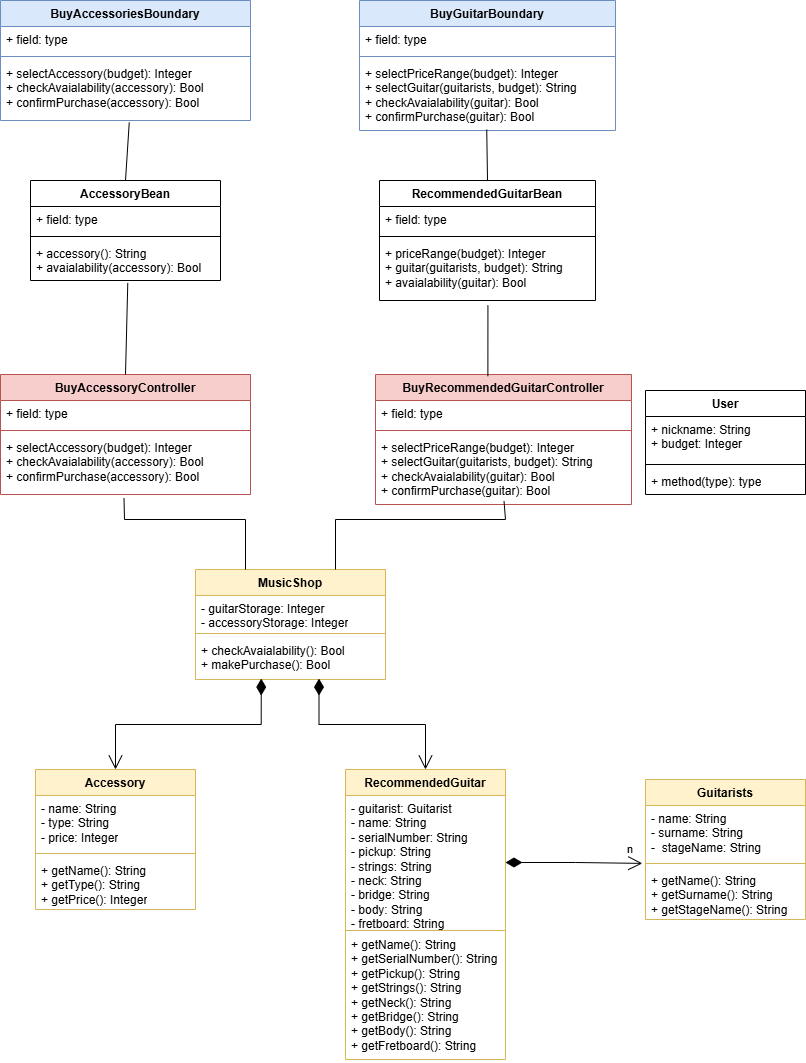
Above: diagrams/BCEM.drawio.png in TizianoLilli/ISPW-Project (draw.io), before the change. Source tidied: cells renumbered, new cells last; positions are measured from the earlier drawing's top-left corner, leaving out a move shared by most shapes.
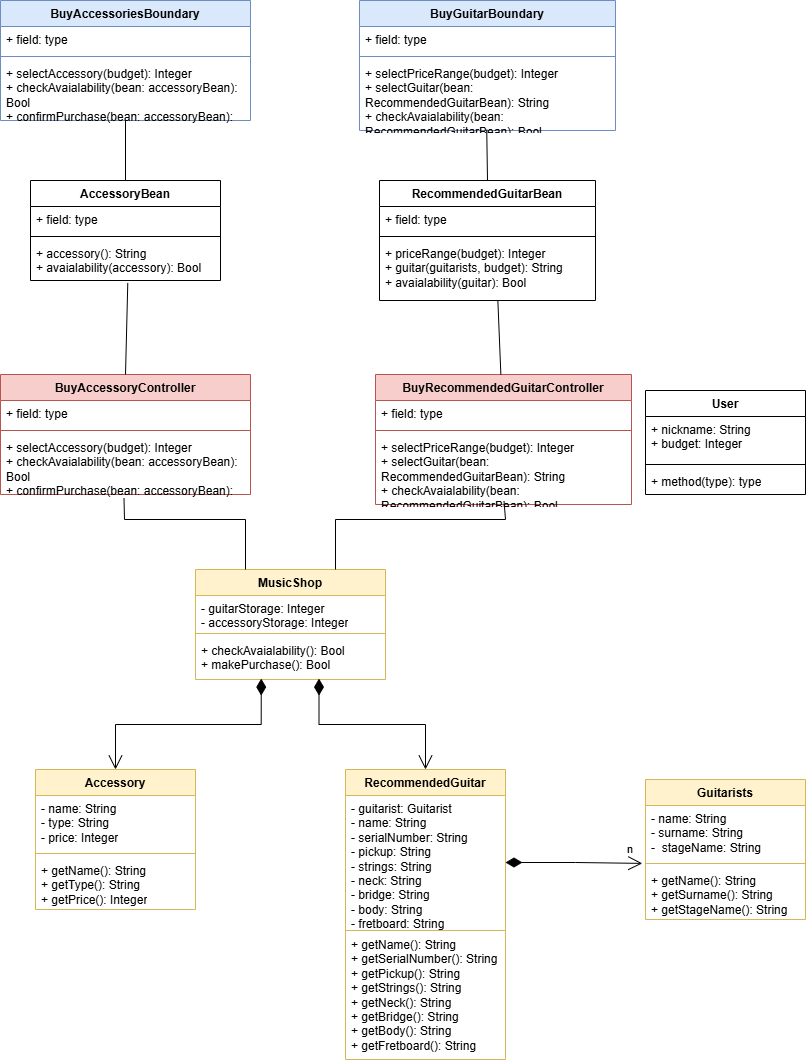
The same file after the commit.

What changed in the source:
```diff
@@ -47,7 +47,7 @@
     <mxCell id="16" style="line;strokeWidth=1;fillColor=none;align=left;verticalAlign=middle;spacingTop=-1;spacingLeft=3;spacingRight=3;labelPosition=right;strokeColor=inherit;" parent="14" vertex="1">
       <mxGeometry y="52" width="256" height="8" as="geometry" />
     </mxCell>
-    <mxCell id="17" value="+ selectPriceRange(budget): Integer&lt;div&gt;+ selectGuitar(guitarists, budget): String&lt;/div&gt;&lt;div&gt;+ checkAvaialability(guitar): Bool&lt;/div&gt;&lt;div&gt;+ confirmPurchase(guitar): Bool&lt;/div&gt;" style="text;strokeColor=none;fillColor=none;align=left;verticalAlign=top;spacingLeft=4;spacingRight=4;overflow=hidden;points=[[0,0.5],[1,0.5]];portConstraint=eastwest;whiteSpace=wrap;html=1;" parent="14" vertex="1">
+    <mxCell id="17" value="+ selectPriceRange(budget): Integer&lt;div&gt;+ selectGuitar(&lt;span style=&quot;background-color: initial;&quot;&gt;bean: RecommendedGuitarBean&lt;/span&gt;&lt;span style=&quot;background-color: initial;&quot;&gt;): String&lt;/span&gt;&lt;/div&gt;&lt;div&gt;+ checkAvaialability(bean: RecommendedGuitarBean): Bool&lt;/div&gt;&lt;div&gt;+ confirmPurchase(bean: RecommendedGuitarBean): Bool&lt;/div&gt;" style="text;strokeColor=none;fillColor=none;align=left;verticalAlign=top;spacingLeft=4;spacingRight=4;overflow=hidden;points=[[0,0.5],[1,0.5]];portConstraint=eastwest;whiteSpace=wrap;html=1;" parent="14" vertex="1">
       <mxGeometry y="60" width="256" height="70" as="geometry" />
     </mxCell>
     <mxCell id="18" value="BuyGuitarBoundary" style="swimlane;fontStyle=1;align=center;verticalAlign=top;horizontal=1;startSize=26;whiteSpace=wrap;html=1;fillColor=#dae8fc;strokeColor=#6c8ebf;" parent="1" vertex="1">
@@ -59,7 +59,7 @@
     <mxCell id="20" style="line;strokeWidth=1;fillColor=none;align=left;verticalAlign=middle;spacingTop=-1;spacingLeft=3;spacingRight=3;labelPosition=right;strokeColor=inherit;" parent="18" vertex="1">
       <mxGeometry y="52" width="256" height="8" as="geometry" />
     </mxCell>
-    <mxCell id="21" value="+ selectPriceRange(budget): Integer&lt;div&gt;+ selectGuitar(guitarists, budget): String&lt;/div&gt;&lt;div&gt;+ checkAvaialability(guitar): Bool&lt;/div&gt;&lt;div&gt;+ confirmPurchase(guitar): Bool&lt;/div&gt;" style="text;strokeColor=none;fillColor=none;align=left;verticalAlign=top;spacingLeft=4;spacingRight=4;overflow=hidden;points=[[0,0.5],[1,0.5]];portConstraint=eastwest;whiteSpace=wrap;html=1;" parent="18" vertex="1">
+    <mxCell id="21" value="+ selectPriceRange(budget): Integer&lt;div&gt;+ selectGuitar(bean: RecommendedGuitarBean): String&lt;/div&gt;&lt;div&gt;+ checkAvaialability(bean: RecommendedGuitarBean): Bool&lt;/div&gt;&lt;div&gt;+ confirmPurchase(bean: RecommendedGuitarBean): Bool&lt;/div&gt;" style="text;strokeColor=none;fillColor=none;align=left;verticalAlign=top;spacingLeft=4;spacingRight=4;overflow=hidden;points=[[0,0.5],[1,0.5]];portConstraint=eastwest;whiteSpace=wrap;html=1;" parent="18" vertex="1">
       <mxGeometry y="60" width="256" height="70" as="geometry" />
     </mxCell>
     <mxCell id="22" style="endArrow=none;html=1;rounded=0;exitX=0.497;exitY=0.988;exitDx=0;exitDy=0;exitPerimeter=0;entryX=0.5;entryY=0;entryDx=0;entryDy=0;" parent="1" edge="1" source="21" target="49">
@@ -98,7 +98,7 @@
     <mxCell id="33" style="line;strokeWidth=1;fillColor=none;align=left;verticalAlign=middle;spacingTop=-1;spacingLeft=3;spacingRight=3;labelPosition=right;strokeColor=inherit;" parent="31" vertex="1">
       <mxGeometry y="52" width="250" height="8" as="geometry" />
     </mxCell>
-    <mxCell id="34" value="+ selectAccessory(budget): Integer&lt;div&gt;+ checkAvaialability(accessory): Bool&lt;/div&gt;&lt;div&gt;+ confirmPurchase(accessory): Bool&lt;/div&gt;" style="text;strokeColor=none;fillColor=none;align=left;verticalAlign=top;spacingLeft=4;spacingRight=4;overflow=hidden;points=[[0,0.5],[1,0.5]];portConstraint=eastwest;whiteSpace=wrap;html=1;" parent="31" vertex="1">
+    <mxCell id="34" value="+ selectAccessory(budget): Integer&lt;div&gt;+ checkAvaialability(bean: accessoryBean): Bool&lt;/div&gt;&lt;div&gt;+ confirmPurchase(bean: accessoryBean): Bool&lt;/div&gt;" style="text;strokeColor=none;fillColor=none;align=left;verticalAlign=top;spacingLeft=4;spacingRight=4;overflow=hidden;points=[[0,0.5],[1,0.5]];portConstraint=eastwest;whiteSpace=wrap;html=1;" parent="31" vertex="1">
       <mxGeometry y="60" width="250" height="60" as="geometry" />
     </mxCell>
     <mxCell id="35" value="BuyAccessoriesBoundary" style="swimlane;fontStyle=1;align=center;verticalAlign=top;horizontal=1;startSize=26;whiteSpace=wrap;html=1;fillColor=#dae8fc;strokeColor=#6c8ebf;" parent="1" vertex="1">
@@ -110,7 +110,7 @@
     <mxCell id="37" style="line;strokeWidth=1;fillColor=none;align=left;verticalAlign=middle;spacingTop=-1;spacingLeft=3;spacingRight=3;labelPosition=right;strokeColor=inherit;" parent="35" vertex="1">
       <mxGeometry y="52" width="250" height="8" as="geometry" />
     </mxCell>
-    <mxCell id="38" value="+ selectAccessory(budget): Integer&lt;div&gt;+ checkAvaialability(accessory): Bool&lt;/div&gt;&lt;div&gt;+ confirmPurchase(accessory): Bool&lt;/div&gt;" style="text;strokeColor=none;fillColor=none;align=left;verticalAlign=top;spacingLeft=4;spacingRight=4;overflow=hidden;points=[[0,0.5],[1,0.5]];portConstraint=eastwest;whiteSpace=wrap;html=1;" parent="35" vertex="1">
+    <mxCell id="38" value="+ selectAccessory(budget): Integer&lt;div&gt;+ checkAvaialability(bean: accessoryBean): Bool&lt;/div&gt;&lt;div&gt;+ confirmPurchase(bean: accessoryBean): Bool&lt;/div&gt;" style="text;strokeColor=none;fillColor=none;align=left;verticalAlign=top;spacingLeft=4;spacingRight=4;overflow=hidden;points=[[0,0.5],[1,0.5]];portConstraint=eastwest;whiteSpace=wrap;html=1;" parent="35" vertex="1">
       <mxGeometry y="60" width="250" height="60" as="geometry" />
     </mxCell>
     <mxCell id="39" style="endArrow=none;html=1;rounded=0;entryX=0.502;entryY=0.95;entryDx=0;entryDy=0;entryPerimeter=0;" parent="1" edge="1" target="17">
@@ -131,8 +131,10 @@
         </Array>
       </mxGeometry>
     </mxCell>
-    <mxCell id="41" style="endArrow=none;html=1;rounded=0;entryX=0.515;entryY=1.032;entryDx=0;entryDy=0;entryPerimeter=0;exitX=0.5;exitY=0;exitDx=0;exitDy=0;" parent="1" edge="1" source="45" target="38">
-      <mxGeometry relative="1" as="geometry" />
+    <mxCell id="41" style="endArrow=none;html=1;rounded=0;exitX=0.5;exitY=0;exitDx=0;exitDy=0;" parent="1" edge="1" source="45">
+      <mxGeometry relative="1" as="geometry">
+        <mxPoint x="125" y="120" as="targetPoint" />
+      </mxGeometry>
     </mxCell>
     <mxCell id="42" style="endArrow=open;html=1;endSize=12;startArrow=diamondThin;startSize=14;startFill=1;edgeStyle=orthogonalEdgeStyle;align=left;verticalAlign=bottom;rounded=0;entryX=0.5;entryY=0;entryDx=0;entryDy=0;exitX=0.346;exitY=0.979;exitDx=0;exitDy=0;exitPerimeter=0;" parent="1" edge="1" source="26" target="27">
       <mxGeometry x="-0.61" y="43" relative="1" as="geometry">
@@ -174,7 +176,7 @@
     <mxCell id="53" style="endArrow=none;html=1;rounded=0;exitX=0.5;exitY=0;exitDx=0;exitDy=0;entryX=0.512;entryY=1.061;entryDx=0;entryDy=0;entryPerimeter=0;" parent="1" edge="1" source="31" target="48">
       <mxGeometry relative="1" as="geometry" />
     </mxCell>
-    <mxCell id="54" style="endArrow=none;html=1;rounded=0;exitX=0.439;exitY=0.014;exitDx=0;exitDy=0;entryX=0.502;entryY=1.078;entryDx=0;entryDy=0;entryPerimeter=0;exitPerimeter=0;" parent="1" edge="1" source="14" target="52">
+    <mxCell id="54" style="endArrow=none;html=1;rounded=0;entryX=0.548;entryY=1.004;entryDx=0;entryDy=0;entryPerimeter=0;" parent="1" edge="1" source="14" target="52">
       <mxGeometry relative="1" as="geometry" />
     </mxCell>
   </root>
```
